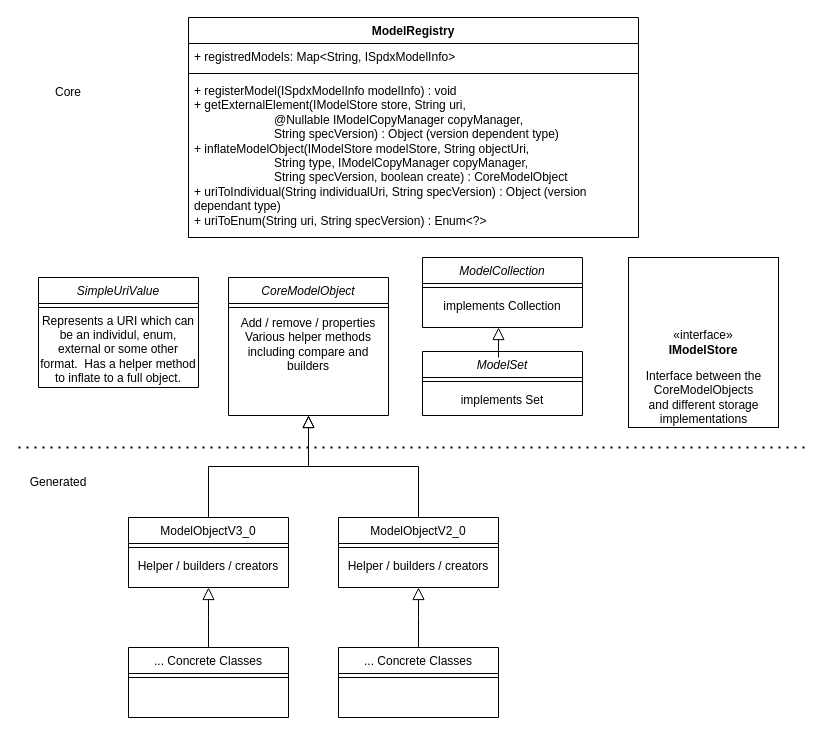
Above: ClassDiagram.drawio in dwalluck/spdx-java-core (draw.io), before the change. Source tidied: cells renumbered, new cells numbered last; positions are measured from the earlier drawing's top-left corner, leaving out a move shared by most shapes. Both pictures are drawn from the tidied source at 100%, with x=0, y=0 at pixel (18, 17).
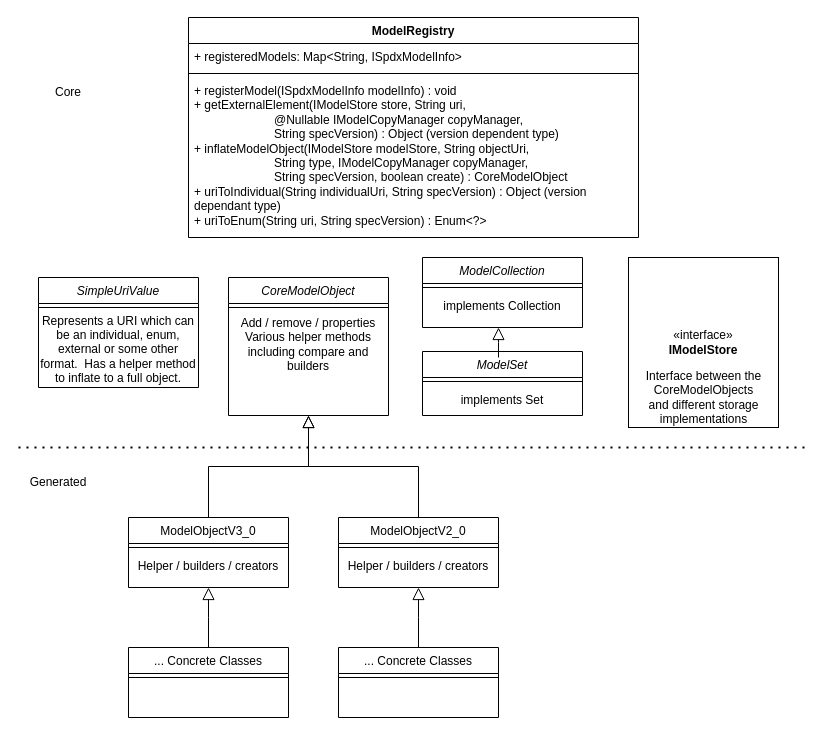
After the change.

Unchanged cells that the change refers to:
```xml
<mxCell id="22" value="ModelRegistry" style="swimlane;fontStyle=1;align=center;verticalAlign=top;horizontal=1;startSize=26;whiteSpace=wrap;html=1;" parent="1" vertex="1">
  <mxGeometry x="170" width="450" height="220" as="geometry" />
</mxCell>
<mxCell id="33" value="SimpleUriValue" style="swimlane;fontStyle=2;align=center;verticalAlign=top;horizontal=1;startSize=26;rounded=0;shadow=0;strokeWidth=1;" parent="1" vertex="1">
  <mxGeometry x="20" y="260" width="160" height="110" as="geometry" />
</mxCell>
```

What changed in the source:
```diff
@@
-    <mxCell id="23" value="+ registredModels:&amp;nbsp;Map&amp;lt;String, ISpdxModelInfo&amp;gt;" style="text;strokeColor=none;fillColor=none;align=left;verticalAlign=top;spacingLeft=4;spacingRight=4;overflow=hidden;whiteSpace=wrap;html=1;" parent="22" vertex="1">
+    <mxCell id="23" value="+ registeredModels:&amp;nbsp;Map&amp;lt;String, ISpdxModelInfo&amp;gt;" style="text;strokeColor=none;fillColor=none;align=left;verticalAlign=top;spacingLeft=4;spacingRight=4;overflow=hidden;whiteSpace=wrap;html=1;" parent="22" vertex="1">
       <mxGeometry y="26" width="450" height="26" as="geometry" />
     </mxCell>
@@
-    <mxCell id="35" value="Represents a URI which can be an individul, enum, external or some other format.&amp;nbsp; Has a helper method to inflate to a full object." style="text;html=1;strokeColor=none;fillColor=none;align=center;verticalAlign=middle;whiteSpace=wrap;rounded=0;" parent="33" vertex="1">
+    <mxCell id="35" value="Represents a URI which can be an individual, enum, external or some other format.&amp;nbsp; Has a helper method to inflate to a full object." style="text;html=1;strokeColor=none;fillColor=none;align=center;verticalAlign=middle;whiteSpace=wrap;rounded=0;" parent="33" vertex="1">
       <mxGeometry y="34" width="160" height="76" as="geometry" />
     </mxCell>
```
